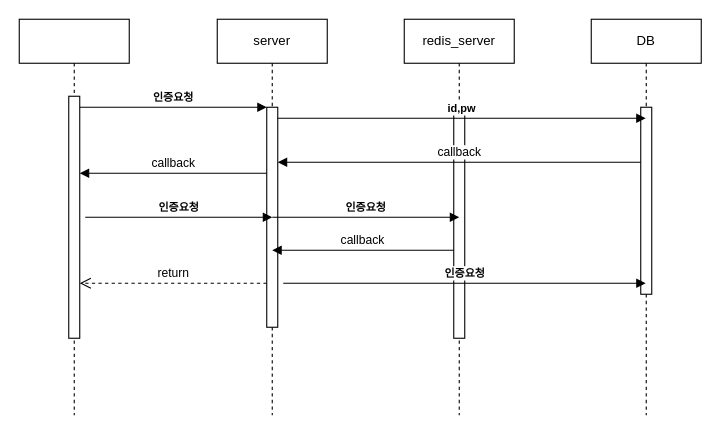
This is 제목 없는 다이어그램.drawio from kd0547/-, a draw.io file, before an edit. Source tidied: cells renumbered, new cells numbered last; positions are measured from the earlier drawing's top-left corner, leaving out a move shared by most shapes. Both pictures are drawn from the tidied source at 110%, with x=0, y=0 at pixel (19, 19).
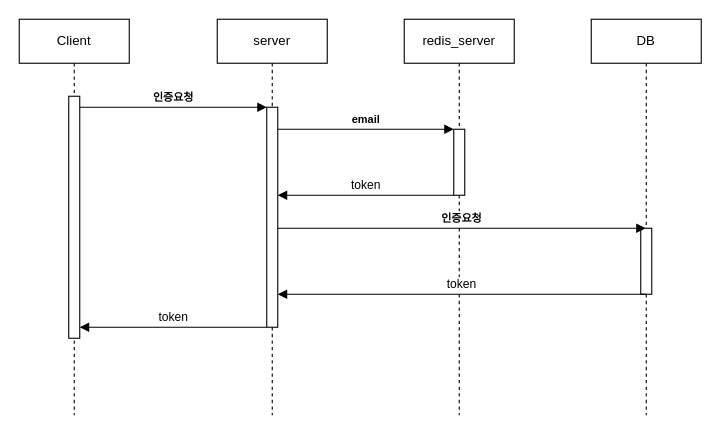
The same diagram, later.

Commit message (it also covers changes not shown here):
제목 없는 다이어그램.drawio 업데이트

The change refers to these unchanged cells:
```xml
<mxCell id="3" style="html=1;points=[];perimeter=orthogonalPerimeter;outlineConnect=0;targetShapes=umlLifeline;portConstraint=eastwest;newEdgeStyle={&quot;edgeStyle&quot;:&quot;elbowEdgeStyle&quot;,&quot;elbow&quot;:&quot;vertical&quot;,&quot;curved&quot;:0,&quot;rounded&quot;:0};" parent="2" vertex="1">
  <mxGeometry x="45" y="70" width="10" height="220" as="geometry" />
</mxCell>
<mxCell id="5" style="html=1;points=[];perimeter=orthogonalPerimeter;outlineConnect=0;targetShapes=umlLifeline;portConstraint=eastwest;newEdgeStyle={&quot;edgeStyle&quot;:&quot;elbowEdgeStyle&quot;,&quot;elbow&quot;:&quot;vertical&quot;,&quot;curved&quot;:0,&quot;rounded&quot;:0};" parent="4" vertex="1">
  <mxGeometry x="45" y="80" width="10" height="200" as="geometry" />
</mxCell>
<mxCell id="9" value="redis_server" style="shape=umlLifeline;perimeter=lifelinePerimeter;whiteSpace=wrap;html=1;newEdgeStyle={&quot;edgeStyle&quot;:&quot;elbowEdgeStyle&quot;,&quot;elbow&quot;:&quot;vertical&quot;,&quot;curved&quot;:0,&quot;rounded&quot;:0};" parent="1" vertex="1">
  <mxGeometry x="350" width="100" height="360" as="geometry" />
</mxCell>
<mxCell id="11" value="DB" style="shape=umlLifeline;perimeter=lifelinePerimeter;whiteSpace=wrap;html=1;outlineConnect=0;portConstraint=eastwest;newEdgeStyle={&quot;edgeStyle&quot;:&quot;elbowEdgeStyle&quot;,&quot;elbow&quot;:&quot;vertical&quot;,&quot;curved&quot;:0,&quot;rounded&quot;:0};" parent="1" vertex="1">
  <mxGeometry x="520" width="100" height="360" as="geometry" />
</mxCell>
```

Change to the diagram source:
```diff
@@
-    <mxCell id="2" style="shape=umlLifeline;perimeter=lifelinePerimeter;whiteSpace=wrap;html=1;newEdgeStyle={&quot;edgeStyle&quot;:&quot;elbowEdgeStyle&quot;,&quot;elbow&quot;:&quot;vertical&quot;,&quot;curved&quot;:0,&quot;rounded&quot;:0};" parent="1" vertex="1">
+    <mxCell id="2" value="Client" style="shape=umlLifeline;perimeter=lifelinePerimeter;whiteSpace=wrap;html=1;newEdgeStyle={&quot;edgeStyle&quot;:&quot;elbowEdgeStyle&quot;,&quot;elbow&quot;:&quot;vertical&quot;,&quot;curved&quot;:0,&quot;rounded&quot;:0};" parent="1" vertex="1">
       <mxGeometry width="100" height="360" as="geometry" />
     </mxCell>
@@
-    <mxCell id="7" value="return" style="html=1;verticalAlign=bottom;endArrow=open;dashed=1;endSize=8;edgeStyle=elbowEdgeStyle;elbow=vertical;curved=0;rounded=0;" parent="1" edge="1" source="5" target="3">
-      <mxGeometry relative="1" as="geometry">
-        <Array as="points">
-          <mxPoint x="150" y="240" />
-        </Array>
-      </mxGeometry>
-    </mxCell>
-    <mxCell id="8" value="callback" style="html=1;verticalAlign=bottom;endArrow=block;edgeStyle=elbowEdgeStyle;elbow=vertical;curved=0;rounded=0;" parent="1" edge="1" source="5" target="3">
-      <mxGeometry relative="1" as="geometry">
-        <Array as="points">
-          <mxPoint x="190" y="140" />
-          <mxPoint x="190" y="130" />
-          <mxPoint x="200" y="120" />
-          <mxPoint x="150" y="120" />
-        </Array>
-      </mxGeometry>
-    </mxCell>
@@
     <mxCell id="10" style="html=1;points=[];perimeter=orthogonalPerimeter;outlineConnect=0;targetShapes=umlLifeline;portConstraint=eastwest;newEdgeStyle={&quot;edgeStyle&quot;:&quot;elbowEdgeStyle&quot;,&quot;elbow&quot;:&quot;vertical&quot;,&quot;curved&quot;:0,&quot;rounded&quot;:0};" parent="9" vertex="1">
-      <mxGeometry x="45" y="80" width="10" height="210" as="geometry" />
+      <mxGeometry x="45" y="100" width="10" height="60" as="geometry" />
     </mxCell>
@@
     <mxCell id="12" style="html=1;points=[];perimeter=orthogonalPerimeter;outlineConnect=0;targetShapes=umlLifeline;portConstraint=eastwest;newEdgeStyle={&quot;edgeStyle&quot;:&quot;elbowEdgeStyle&quot;,&quot;elbow&quot;:&quot;vertical&quot;,&quot;curved&quot;:0,&quot;rounded&quot;:0};" parent="11" vertex="1">
-      <mxGeometry x="45" y="80" width="10" height="170" as="geometry" />
+      <mxGeometry x="45" y="190" width="10" height="60" as="geometry" />
     </mxCell>
+    <mxCell id="19" value="&lt;span style=&quot;font-size: 10px;&quot;&gt;&lt;b&gt;email&lt;/b&gt;&lt;/span&gt;" style="html=1;verticalAlign=bottom;endArrow=block;edgeStyle=elbowEdgeStyle;elbow=vertical;curved=0;rounded=0;" parent="1" edge="1" source="5" target="10">
+      <mxGeometry relative="1" as="geometry">
+        <Array as="points">
+          <mxPoint x="315" y="100" />
+        </Array>
+      </mxGeometry>
+    </mxCell>
+    <mxCell id="20" value="token" style="html=1;verticalAlign=bottom;endArrow=block;edgeStyle=elbowEdgeStyle;elbow=vertical;curved=0;rounded=0;" parent="1" edge="1" source="10" target="5">
+      <mxGeometry relative="1" as="geometry">
+        <Array as="points">
+          <mxPoint x="350" y="160" />
+          <mxPoint x="350" y="150" />
+          <mxPoint x="360" y="140" />
+          <mxPoint x="310" y="140" />
+        </Array>
+      </mxGeometry>
+    </mxCell>
-    <mxCell id="13" value="&lt;span style=&quot;font-size: 10px;&quot;&gt;&lt;b&gt;id,pw&lt;/b&gt;&lt;/span&gt;" style="html=1;verticalAlign=bottom;endArrow=block;edgeStyle=elbowEdgeStyle;elbow=vertical;curved=0;rounded=0;" parent="1" edge="1" source="5" target="11">
+    <mxCell id="13" value="&lt;font style=&quot;font-size: 10px;&quot;&gt;&lt;b&gt;인증요청&lt;/b&gt;&lt;/font&gt;" style="html=1;verticalAlign=bottom;endArrow=block;edgeStyle=elbowEdgeStyle;elbow=vertical;curved=0;rounded=0;" parent="1" edge="1" source="5" target="11">
       <mxGeometry relative="1" as="geometry">
         <Array as="points">
-          <mxPoint x="325" y="90" />
+          <mxPoint x="325" y="190" />
         </Array>
       </mxGeometry>
     </mxCell>
-    <mxCell id="14" value="callback" style="html=1;verticalAlign=bottom;endArrow=block;edgeStyle=elbowEdgeStyle;elbow=vertical;curved=0;rounded=0;" parent="1" edge="1" source="12" target="5">
-      <mxGeometry relative="1" as="geometry">
-        <Array as="points">
-          <mxPoint x="475" y="130" />
-        </Array>
-      </mxGeometry>
-    </mxCell>
-    <mxCell id="15" value="&lt;font style=&quot;font-size: 10px;&quot;&gt;&lt;b&gt;인증요청&lt;/b&gt;&lt;/font&gt;" style="html=1;verticalAlign=bottom;endArrow=block;edgeStyle=elbowEdgeStyle;elbow=vertical;curved=0;rounded=0;" parent="1" edge="1">
-      <mxGeometry relative="1" as="geometry">
-        <mxPoint x="60" y="180" as="sourcePoint" />
-        <mxPoint x="230" y="180" as="targetPoint" />
-        <Array as="points">
-          <mxPoint x="145" y="180" />
-        </Array>
-      </mxGeometry>
-    </mxCell>
-    <mxCell id="16" value="&lt;font style=&quot;font-size: 10px;&quot;&gt;&lt;b&gt;인증요청&lt;/b&gt;&lt;/font&gt;" style="html=1;verticalAlign=bottom;endArrow=block;edgeStyle=elbowEdgeStyle;elbow=vertical;curved=0;rounded=0;" parent="1" edge="1">
-      <mxGeometry relative="1" as="geometry">
-        <mxPoint x="230" y="180" as="sourcePoint" />
-        <mxPoint x="400" y="180" as="targetPoint" />
-        <Array as="points">
-          <mxPoint x="315" y="180" />
-        </Array>
-      </mxGeometry>
-    </mxCell>
-    <mxCell id="17" value="callback" style="html=1;verticalAlign=bottom;endArrow=block;edgeStyle=elbowEdgeStyle;elbow=vertical;curved=0;rounded=0;" parent="1" edge="1">
-      <mxGeometry relative="1" as="geometry">
-        <mxPoint x="395" y="210" as="sourcePoint" />
-        <mxPoint x="230" y="210" as="targetPoint" />
-        <Array as="points">
-          <mxPoint x="305" y="210" />
-        </Array>
-      </mxGeometry>
-    </mxCell>
-    <mxCell id="18" value="&lt;font style=&quot;font-size: 10px;&quot;&gt;&lt;b&gt;인증요청&lt;/b&gt;&lt;/font&gt;" style="html=1;verticalAlign=bottom;endArrow=block;edgeStyle=elbowEdgeStyle;elbow=vertical;curved=0;rounded=0;" parent="1" edge="1" target="11">
-      <mxGeometry relative="1" as="geometry">
-        <mxPoint x="240" y="240" as="sourcePoint" />
-        <Array as="points">
-          <mxPoint x="325" y="240" />
-        </Array>
-      </mxGeometry>
-    </mxCell>
+    <mxCell id="21" value="token" style="html=1;verticalAlign=bottom;endArrow=block;edgeStyle=elbowEdgeStyle;elbow=vertical;curved=0;rounded=0;" parent="1" edge="1" target="5">
+      <mxGeometry relative="1" as="geometry">
+        <mxPoint x="570" y="250" as="sourcePoint" />
+        <Array as="points">
+          <mxPoint x="525" y="250" />
+          <mxPoint x="525" y="240" />
+          <mxPoint x="535" y="230" />
+          <mxPoint x="485" y="230" />
+        </Array>
+      </mxGeometry>
+    </mxCell>
+    <mxCell id="22" value="token" style="html=1;verticalAlign=bottom;endArrow=block;edgeStyle=elbowEdgeStyle;elbow=vertical;curved=0;rounded=0;" parent="1" edge="1" source="5" target="3">
+      <mxGeometry relative="1" as="geometry">
+        <Array as="points">
+          <mxPoint x="170" y="280" />
+          <mxPoint x="170" y="270" />
+          <mxPoint x="180" y="260" />
+          <mxPoint x="130" y="260" />
+        </Array>
+      </mxGeometry>
+    </mxCell>
```
